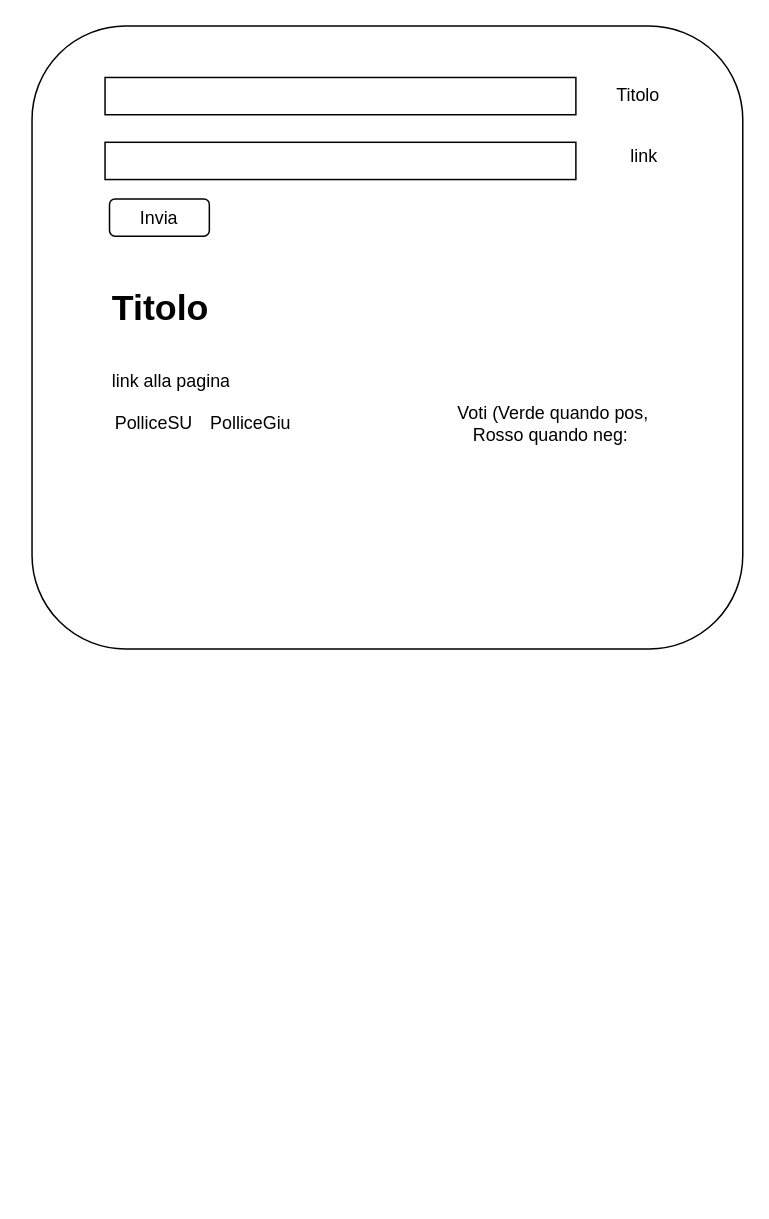
Before: my-app4-Blog/src/assets/schema.drawio in DarioIEL/Corso_Angular_2023, a draw.io diagram. Source tidied: cells renumbered, new cells numbered last; positions are measured from the earlier drawing's top-left corner, leaving out a move shared by most shapes. Both pictures are drawn from the tidied source at 149%, with x=0, y=0 at pixel (31, 25).
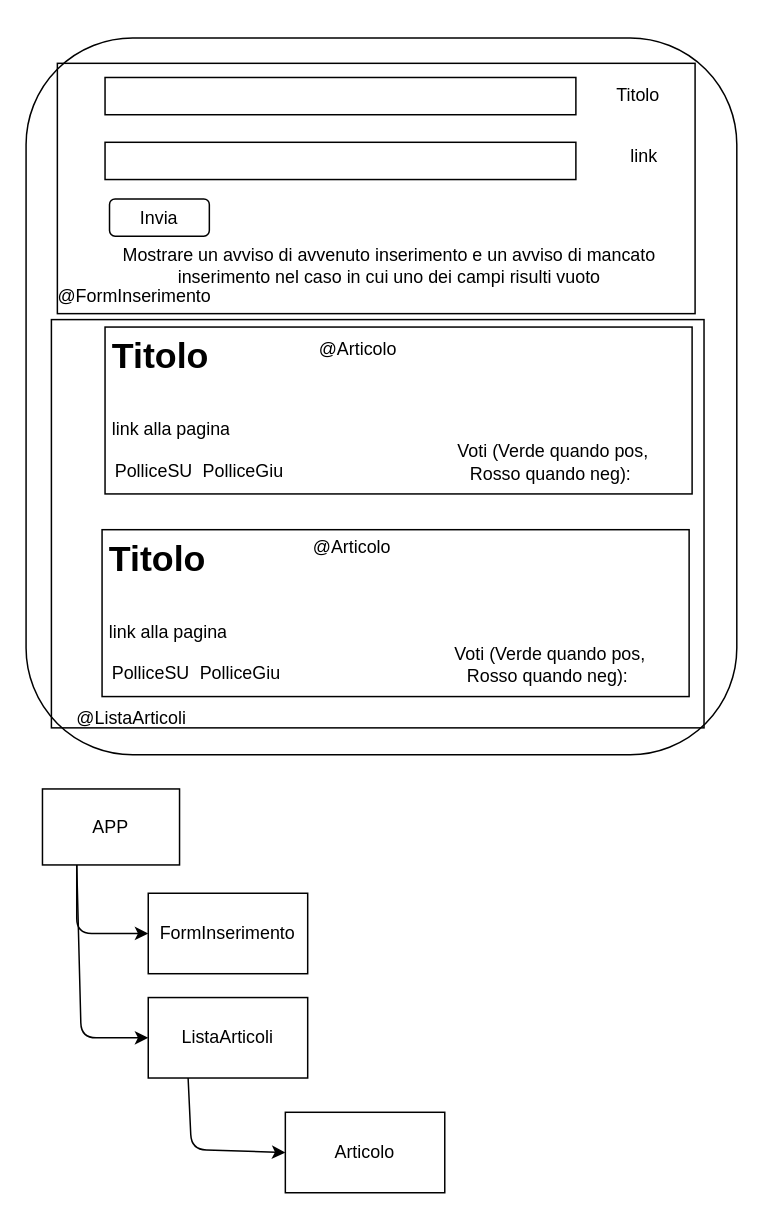
The same page after the edit.

What changed in the source:
```diff
@@
     <mxCell id="2" style="rounded=1;whiteSpace=wrap;html=1;" parent="1" vertex="1">
-      <mxGeometry width="477" height="418" as="geometry" />
+      <mxGeometry x="-4" y="8" width="477" height="481" as="geometry" />
     </mxCell>
@@
-    <mxCell id="8" value="&lt;h1&gt;&lt;span style=&quot;background-color: initial;&quot;&gt;Titolo&lt;/span&gt;&lt;/h1&gt;&lt;h1&gt;&lt;span style=&quot;font-size: 12px; font-weight: 400;&quot;&gt;link alla pagina&lt;/span&gt;&lt;/h1&gt;" style="text;html=1;strokeColor=none;fillColor=none;spacing=5;spacingTop=-20;whiteSpace=wrap;overflow=hidden;rounded=0;" parent="1" vertex="1">
-      <mxGeometry x="49" y="170" width="394" height="112" as="geometry" />
+    <mxCell id="8" value="&lt;h1&gt;&lt;span style=&quot;background-color: initial;&quot;&gt;Titolo&lt;/span&gt;&lt;/h1&gt;&lt;h1&gt;&lt;span style=&quot;font-size: 12px; font-weight: 400;&quot;&gt;link alla pagina&lt;/span&gt;&lt;/h1&gt;" style="text;html=1;strokeColor=default;fillColor=none;spacing=5;spacingTop=-20;whiteSpace=wrap;overflow=hidden;rounded=0;" parent="1" vertex="1">
+      <mxGeometry x="49" y="202" width="394" height="112" as="geometry" />
     </mxCell>
     <mxCell id="9" value="PolliceSU" style="text;html=1;strokeColor=none;fillColor=none;align=center;verticalAlign=middle;whiteSpace=wrap;rounded=0;" parent="1" vertex="1">
-      <mxGeometry x="52" y="252" width="60" height="30" as="geometry" />
+      <mxGeometry x="52" y="284" width="60" height="30" as="geometry" />
     </mxCell>
     <mxCell id="10" value="PolliceGiu" style="text;html=1;strokeColor=none;fillColor=none;align=center;verticalAlign=middle;whiteSpace=wrap;rounded=0;" parent="1" vertex="1">
-      <mxGeometry x="117" y="252" width="60" height="30" as="geometry" />
+      <mxGeometry x="112" y="284" width="60" height="30" as="geometry" />
     </mxCell>
-    <mxCell id="11" value="Voti (Verde quando pos, Rosso quando neg:&amp;nbsp;" style="text;html=1;strokeColor=none;fillColor=none;align=center;verticalAlign=middle;whiteSpace=wrap;rounded=0;" parent="1" vertex="1">
-      <mxGeometry x="274" y="252" width="152" height="30" as="geometry" />
+    <mxCell id="11" value="Voti (Verde quando pos, Rosso quando neg):&amp;nbsp;" style="text;html=1;strokeColor=none;fillColor=none;align=center;verticalAlign=middle;whiteSpace=wrap;rounded=0;" parent="1" vertex="1">
+      <mxGeometry x="274" y="278" width="152" height="30" as="geometry" />
     </mxCell>
+    <mxCell id="12" value="Mostrare un avviso di avvenuto inserimento e un avviso di mancato inserimento nel caso in cui uno dei campi risulti vuoto" style="text;html=1;strokeColor=none;fillColor=none;align=center;verticalAlign=middle;whiteSpace=wrap;rounded=0;" parent="1" vertex="1">
+      <mxGeometry x="43" y="146" width="394" height="30" as="geometry" />
+    </mxCell>
+    <mxCell id="13" style="edgeStyle=none;html=1;exitX=0.25;exitY=1;exitDx=0;exitDy=0;entryX=0;entryY=0.5;entryDx=0;entryDy=0;" parent="1" edge="1" source="15" target="16">
+      <mxGeometry relative="1" as="geometry">
+        <Array as="points">
+          <mxPoint x="30" y="609" />
+        </Array>
+      </mxGeometry>
+    </mxCell>
+    <mxCell id="14" style="edgeStyle=none;html=1;exitX=0.25;exitY=1;exitDx=0;exitDy=0;entryX=0;entryY=0.5;entryDx=0;entryDy=0;" parent="1" edge="1" source="15" target="18">
+      <mxGeometry relative="1" as="geometry">
+        <Array as="points">
+          <mxPoint x="33" y="679" />
+        </Array>
+      </mxGeometry>
+    </mxCell>
+    <mxCell id="15" value="APP" style="rounded=0;whiteSpace=wrap;html=1;" parent="1" vertex="1">
+      <mxGeometry x="7" y="512" width="92" height="51" as="geometry" />
+    </mxCell>
+    <mxCell id="16" value="FormInserimento" style="rounded=0;whiteSpace=wrap;html=1;" parent="1" vertex="1">
+      <mxGeometry x="78" y="582" width="107" height="54" as="geometry" />
+    </mxCell>
+    <mxCell id="17" style="edgeStyle=none;html=1;entryX=0;entryY=0.5;entryDx=0;entryDy=0;exitX=0.25;exitY=1;exitDx=0;exitDy=0;" parent="1" edge="1" source="18" target="19">
+      <mxGeometry relative="1" as="geometry">
+        <Array as="points">
+          <mxPoint x="107" y="754" />
+        </Array>
+      </mxGeometry>
+    </mxCell>
+    <mxCell id="18" value="ListaArticoli" style="rounded=0;whiteSpace=wrap;html=1;" parent="1" vertex="1">
+      <mxGeometry x="78" y="652" width="107" height="54" as="geometry" />
+    </mxCell>
+    <mxCell id="19" value="Articolo" style="rounded=0;whiteSpace=wrap;html=1;" parent="1" vertex="1">
+      <mxGeometry x="170" y="729" width="107" height="54" as="geometry" />
+    </mxCell>
+    <mxCell id="20" value="&lt;h1&gt;&lt;span style=&quot;background-color: initial;&quot;&gt;Titolo&lt;/span&gt;&lt;/h1&gt;&lt;h1&gt;&lt;span style=&quot;font-size: 12px; font-weight: 400;&quot;&gt;link alla pagina&lt;/span&gt;&lt;/h1&gt;" style="text;html=1;strokeColor=default;fillColor=none;spacing=5;spacingTop=-20;whiteSpace=wrap;overflow=hidden;rounded=0;" parent="1" vertex="1">
+      <mxGeometry x="47" y="338" width="394" height="112" as="geometry" />
+    </mxCell>
+    <mxCell id="21" value="PolliceSU" style="text;html=1;strokeColor=none;fillColor=none;align=center;verticalAlign=middle;whiteSpace=wrap;rounded=0;" parent="1" vertex="1">
+      <mxGeometry x="50" y="420" width="60" height="30" as="geometry" />
+    </mxCell>
+    <mxCell id="22" value="PolliceGiu" style="text;html=1;strokeColor=none;fillColor=none;align=center;verticalAlign=middle;whiteSpace=wrap;rounded=0;" parent="1" vertex="1">
+      <mxGeometry x="110" y="420" width="60" height="30" as="geometry" />
+    </mxCell>
+    <mxCell id="23" value="Voti (Verde quando pos, Rosso quando neg):&amp;nbsp;" style="text;html=1;strokeColor=none;fillColor=none;align=center;verticalAlign=middle;whiteSpace=wrap;rounded=0;" parent="1" vertex="1">
+      <mxGeometry x="272" y="414" width="152" height="30" as="geometry" />
+    </mxCell>
+    <mxCell id="24" value="@Articolo" style="text;html=1;strokeColor=none;fillColor=none;align=center;verticalAlign=middle;whiteSpace=wrap;rounded=0;" parent="1" vertex="1">
+      <mxGeometry x="185" y="335" width="60" height="30" as="geometry" />
+    </mxCell>
+    <mxCell id="25" value="@Articolo" style="text;html=1;strokeColor=none;fillColor=none;align=center;verticalAlign=middle;whiteSpace=wrap;rounded=0;" parent="1" vertex="1">
+      <mxGeometry x="189" y="202" width="60" height="30" as="geometry" />
+    </mxCell>
+    <mxCell id="26" style="rounded=0;whiteSpace=wrap;html=1;strokeColor=default;fillColor=none;" parent="1" vertex="1">
+      <mxGeometry x="17" y="25" width="428" height="168" as="geometry" />
+    </mxCell>
+    <mxCell id="27" value="@FormInserimento" style="text;html=1;strokeColor=none;fillColor=none;align=center;verticalAlign=middle;whiteSpace=wrap;rounded=0;labelBackgroundColor=none;" parent="1" vertex="1">
+      <mxGeometry x="39" y="167" width="60" height="30" as="geometry" />
+    </mxCell>
+    <mxCell id="28" style="rounded=0;whiteSpace=wrap;html=1;strokeColor=default;fillColor=none;" parent="1" vertex="1">
+      <mxGeometry x="13" y="197" width="438" height="274" as="geometry" />
+    </mxCell>
+    <mxCell id="29" value="@ListaArticoli&lt;br&gt;" style="text;html=1;strokeColor=none;fillColor=none;align=center;verticalAlign=middle;whiteSpace=wrap;rounded=0;labelBackgroundColor=none;" parent="1" vertex="1">
+      <mxGeometry x="37" y="450" width="60" height="30" as="geometry" />
+    </mxCell>
```
